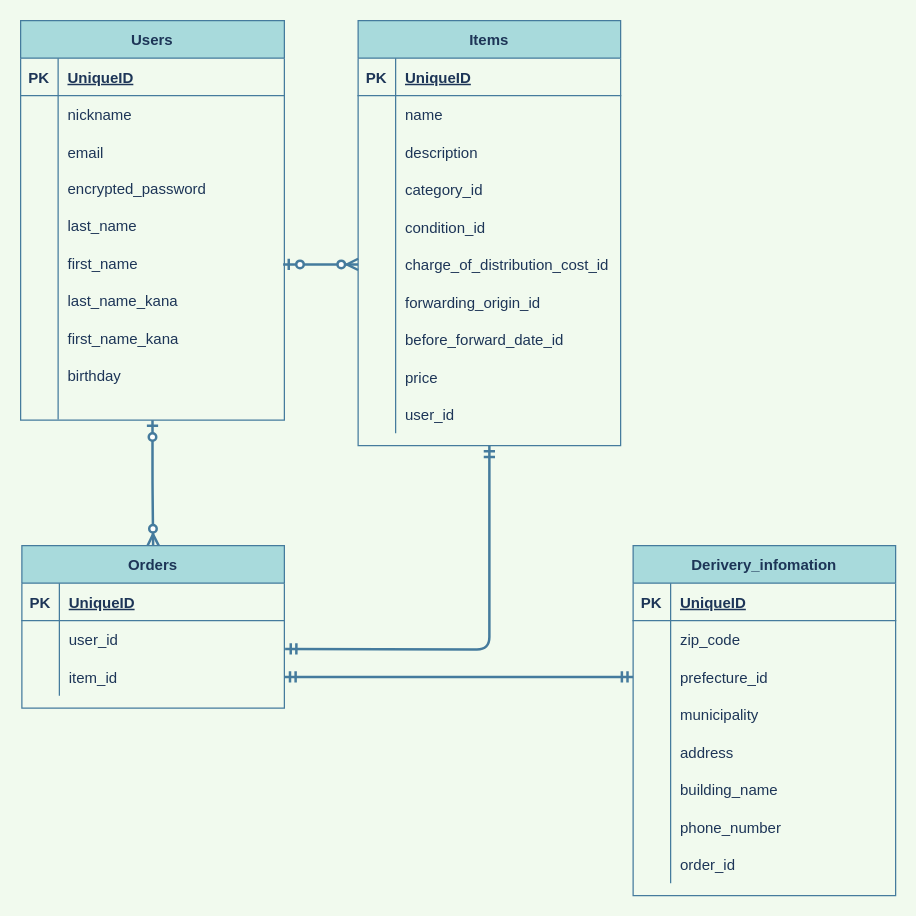
The draw.io diagram ER.dio in konno-tech/furima-31063, before the edit. Source tidied: cells renumbered, new cells numbered last; positions are measured from the earlier drawing's top-left corner, leaving out a move shared by most shapes. Both pictures are drawn from the tidied source at 125%, with x=0, y=0 at pixel (20, 20).
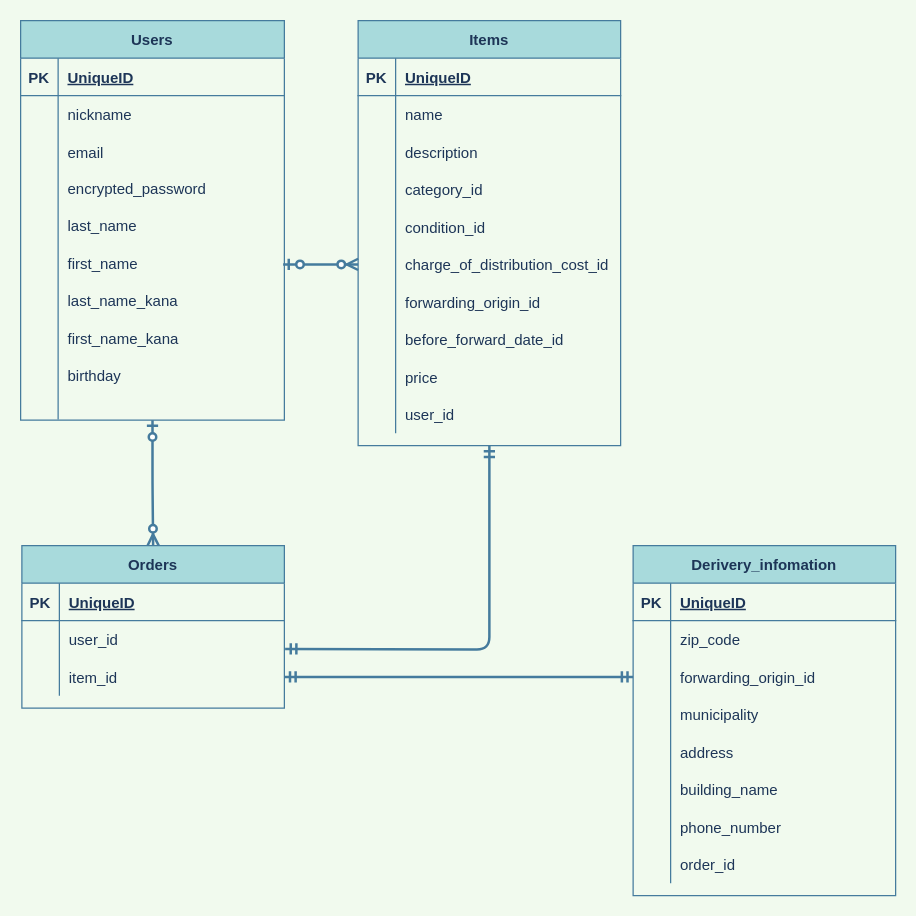
Above is the later version.

Commit message (it also covers changes not shown here):
カラム名の修正

Unchanged cells that the change refers to:
```xml
<mxCell id="85" style="shape=partialRectangle;fillColor=none;top=0;left=0;bottom=0;right=0;points=[[0,0.5],[1,0.5]];portConstraint=eastwest;strokeColor=#457B9D;fontColor=#1D3557;" parent="78" vertex="1">
  <mxGeometry y="90" width="210" height="30" as="geometry" />
</mxCell>
```

Diff of the diagram source:
```diff
@@
-    <mxCell id="87" value="prefecture_id" style="shape=partialRectangle;fillColor=none;top=0;left=0;bottom=0;right=0;align=left;spacingLeft=6;overflow=hidden;strokeColor=#457B9D;fontColor=#1D3557;" parent="85" vertex="1">
+    <mxCell id="87" value="forwarding_origin_id" style="shape=partialRectangle;fillColor=none;top=0;left=0;bottom=0;right=0;align=left;spacingLeft=6;overflow=hidden;strokeColor=#457B9D;fontColor=#1D3557;" parent="85" vertex="1">
       <mxGeometry x="30" width="180" height="30" as="geometry" />
     </mxCell>
```
